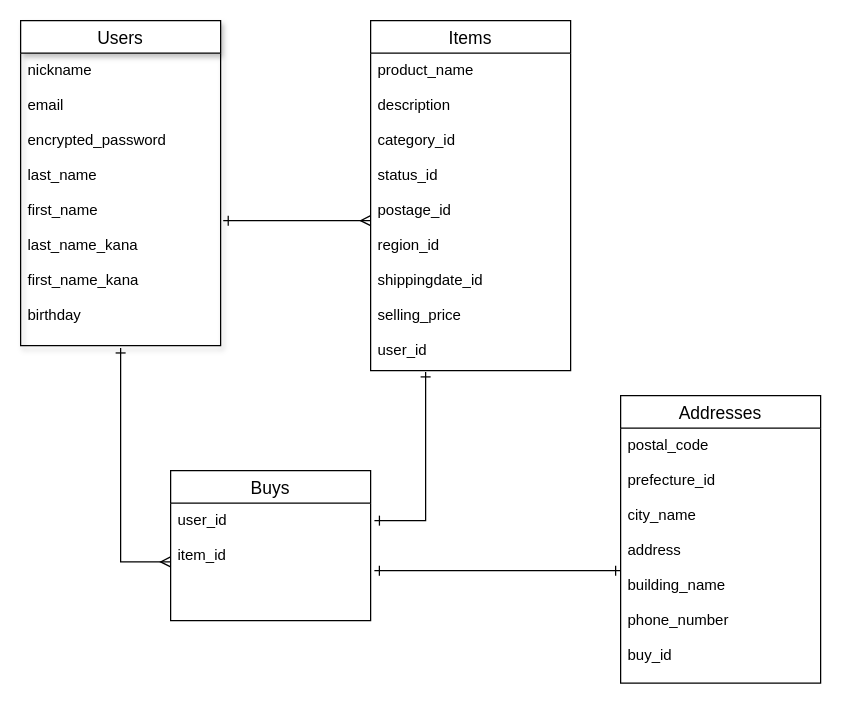
Above: furima.dio in fulu90/furima-32903 (draw.io), before the change. Source tidied: cells renumbered, new cells numbered last; positions are measured from the earlier drawing's top-left corner, leaving out a move shared by most shapes. Both pictures are drawn from the tidied source at 125%, with x=0, y=0 at pixel (20, 20).
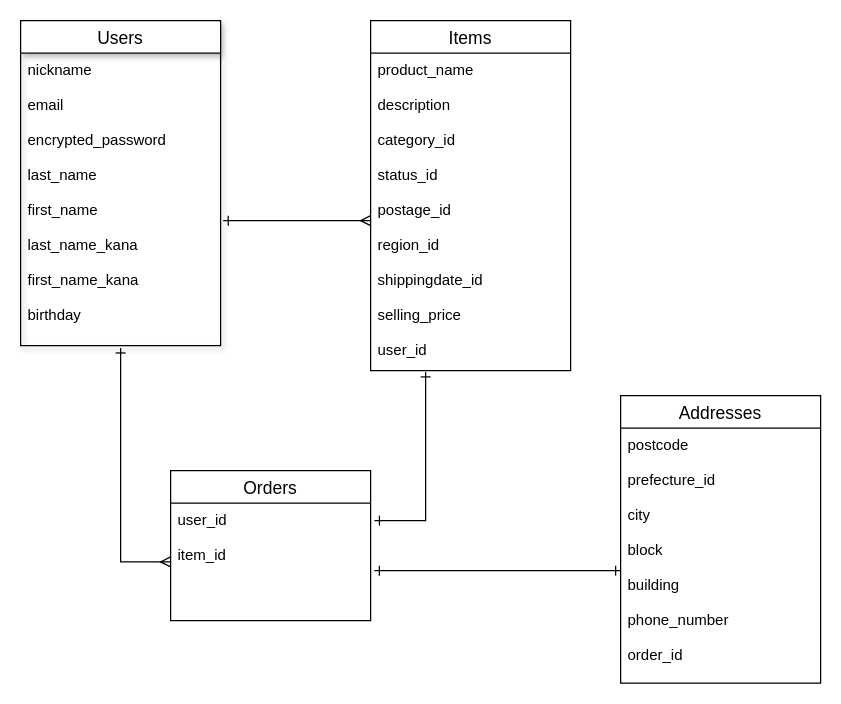
Above is the later version.

The edit, as a diff of the source:
```diff
@@
 <mxGraphModel>
   <root>
     <mxCell id="0" />
     <mxCell id="1" parent="0" />
     <mxCell id="2" value="Items" style="swimlane;fontStyle=0;horizontal=1;startSize=26;align=center;fontSize=14;" parent="1" vertex="1">
       <mxGeometry x="280" width="160" height="280" as="geometry" />
     </mxCell>
     <mxCell id="3" value="product_name&#10;&#10;description&#10;&#10;category_id&#10;&#10;status_id&#10;&#10;postage_id&#10;&#10;region_id&#10;&#10;shippingdate_id&#10;&#10;selling_price&#10;&#10;user_id" style="text;strokeColor=none;fillColor=none;spacingLeft=4;spacingRight=4;overflow=hidden;points=[[0,0.5],[1,0.5]];portConstraint=eastwest;fontSize=12;" parent="2" vertex="1">
       <mxGeometry y="26" width="160" height="254" as="geometry" />
     </mxCell>
     <mxCell id="4" value="Addresses" style="swimlane;fontStyle=0;horizontal=1;startSize=26;align=center;fontSize=14;" parent="1" vertex="1">
       <mxGeometry x="480" y="300" width="160" height="230" as="geometry" />
     </mxCell>
-    <mxCell id="5" value="postal_code&#10;&#10;prefecture_id&#10;&#10;city_name&#10;&#10;address&#10;&#10;building_name&#10;&#10;phone_number&#10;&#10;buy_id&#10;" style="text;strokeColor=none;fillColor=none;spacingLeft=4;spacingRight=4;overflow=hidden;points=[[0,0.5],[1,0.5]];portConstraint=eastwest;fontSize=12;" parent="4" vertex="1">
+    <mxCell id="5" value="postcode&#10;&#10;prefecture_id&#10;&#10;city&#10;&#10;block&#10;&#10;building&#10;&#10;phone_number&#10;&#10;order_id&#10;" style="text;strokeColor=none;fillColor=none;spacingLeft=4;spacingRight=4;overflow=hidden;points=[[0,0.5],[1,0.5]];portConstraint=eastwest;fontSize=12;" parent="4" vertex="1">
       <mxGeometry y="26" width="160" height="204" as="geometry" />
     </mxCell>
     <mxCell id="6" value="Users" style="swimlane;fontStyle=0;horizontal=1;startSize=26;align=center;fontSize=14;shadow=1;" parent="1" vertex="1">
       <mxGeometry width="160" height="260" as="geometry" />
     </mxCell>
     <mxCell id="7" value="nickname&#10;&#10;email&#10;&#10;encrypted_password&#10;&#10;last_name&#10;&#10;first_name&#10;&#10;last_name_kana&#10;&#10;first_name_kana&#10;&#10;birthday" style="text;strokeColor=none;fillColor=none;spacingLeft=4;spacingRight=4;overflow=hidden;points=[[0,0.5],[1,0.5]];portConstraint=eastwest;fontSize=12;" parent="6" vertex="1">
       <mxGeometry y="26" width="160" height="234" as="geometry" />
     </mxCell>
     <mxCell id="8" style="edgeStyle=entityRelationEdgeStyle;fontSize=12;html=1;endArrow=ERmany;startArrow=ERone;startFill=0;endFill=0;exitX=1.013;exitY=0.573;exitDx=0;exitDy=0;exitPerimeter=0;" parent="1" edge="1" source="7">
       <mxGeometry relative="1" as="geometry">
         <mxPoint x="280" y="160" as="targetPoint" />
       </mxGeometry>
     </mxCell>
     <mxCell id="9" style="endArrow=ERone;html=1;rounded=0;startArrow=ERone;startFill=0;endFill=0;entryX=0.275;entryY=1.004;entryDx=0;entryDy=0;entryPerimeter=0;exitX=1.019;exitY=0.149;exitDx=0;exitDy=0;exitPerimeter=0;" parent="1" edge="1" source="12" target="3">
       <mxGeometry relative="1" as="geometry">
         <Array as="points">
           <mxPoint x="324" y="400" />
         </Array>
       </mxGeometry>
     </mxCell>
     <mxCell id="10" style="endArrow=ERmany;html=1;rounded=0;startArrow=ERone;startFill=0;endFill=0;exitX=0.5;exitY=1.008;exitDx=0;exitDy=0;exitPerimeter=0;entryX=0;entryY=0.5;entryDx=0;entryDy=0;" parent="1" edge="1" source="7" target="12">
       <mxGeometry relative="1" as="geometry">
         <Array as="points">
           <mxPoint x="80" y="433" />
         </Array>
       </mxGeometry>
     </mxCell>
-    <mxCell id="11" value="Buys" style="swimlane;fontStyle=0;horizontal=1;startSize=26;align=center;fontSize=14;" parent="1" vertex="1">
+    <mxCell id="11" value="Orders" style="swimlane;fontStyle=0;horizontal=1;startSize=26;align=center;fontSize=14;" parent="1" vertex="1">
       <mxGeometry x="120" y="360" width="160" height="120" as="geometry" />
     </mxCell>
     <mxCell id="12" value="user_id&#10;&#10;item_id&#10;" style="text;strokeColor=none;fillColor=none;spacingLeft=4;spacingRight=4;overflow=hidden;points=[[0,0.5],[1,0.5]];portConstraint=eastwest;fontSize=12;" parent="11" vertex="1">
       <mxGeometry y="26" width="160" height="94" as="geometry" />
     </mxCell>
     <mxCell id="13" style="edgeStyle=entityRelationEdgeStyle;fontSize=12;html=1;endArrow=ERone;startArrow=ERone;startFill=0;endFill=0;entryX=0;entryY=0.559;entryDx=0;entryDy=0;entryPerimeter=0;" parent="1" edge="1" target="5">
       <mxGeometry relative="1" as="geometry">
         <mxPoint x="283" y="440" as="sourcePoint" />
       </mxGeometry>
     </mxCell>
   </root>
 </mxGraphModel>
```
